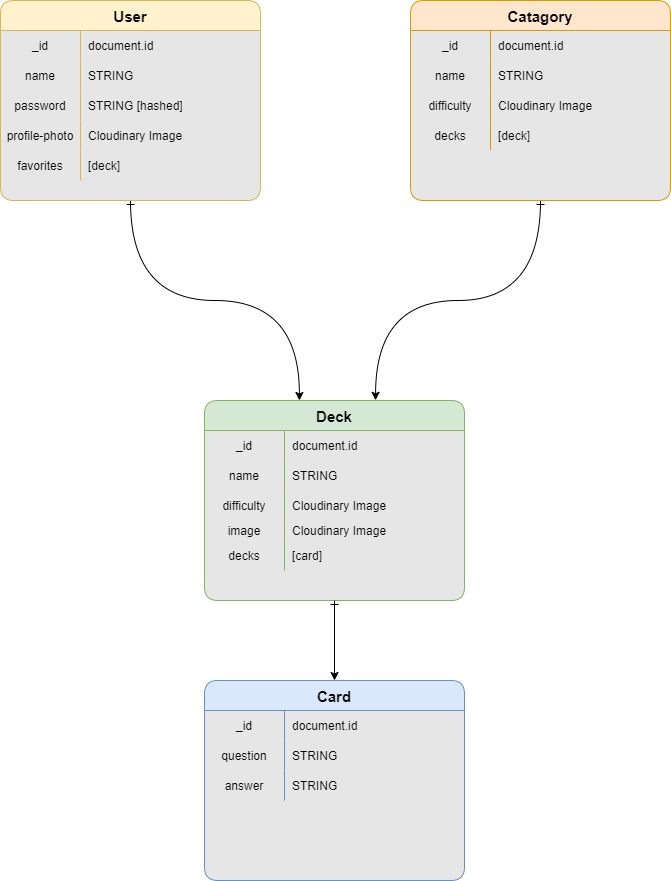
Before: DevelUp-ERD.drawio.png, a diagram exported from draw.io (br1anlee/Develup-client). Source tidied: cells renumbered, new cells last; positions are measured from the earlier drawing's top-left corner, leaving out a move shared by most shapes.
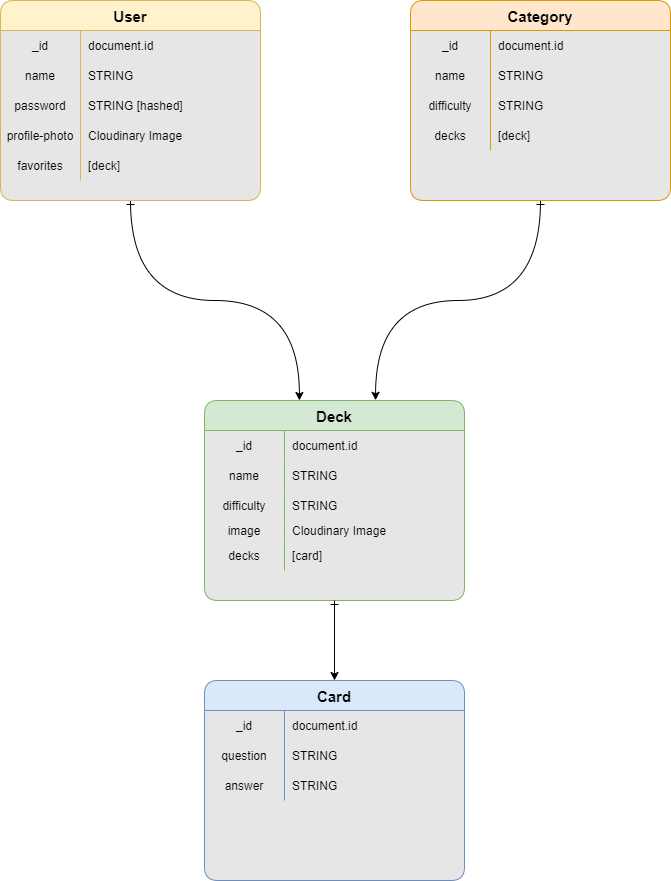
The same diagram one commit later.

What changed in the source:
```diff
@@ -50,7 +50,7 @@
     <mxCell id="17" value="[deck]" style="shape=partialRectangle;fillColor=none;top=0;left=0;bottom=0;right=0;align=left;spacingLeft=6;overflow=hidden;fontFamily=Helvetica;" parent="15" vertex="1">
       <mxGeometry x="80" width="180" height="30" as="geometry" />
     </mxCell>
-    <mxCell id="18" value="Catagory" style="shape=table;startSize=30;rowLines=0;fontStyle=1;align=center;rounded=1;fillColor=#ffe6cc;strokeColor=#d79b00;swimlaneFillColor=#E6E6E6;fontSize=15;fontFamily=Helvetica;" parent="1" vertex="1">
+    <mxCell id="18" value="Category" style="shape=table;startSize=30;rowLines=0;fontStyle=1;align=center;rounded=1;fillColor=#ffe6cc;strokeColor=#d79b00;swimlaneFillColor=#E6E6E6;fontSize=15;fontFamily=Helvetica;" parent="1" vertex="1">
       <mxGeometry x="410" width="260" height="200" as="geometry" />
     </mxCell>
     <mxCell id="19" style="shape=tableRow;horizontal=0;startSize=0;swimlaneHead=0;swimlaneBody=0;fillColor=none;top=0;left=0;right=0;bottom=0;rounded=1;fontFamily=Helvetica;" parent="18" vertex="1">
@@ -77,7 +77,7 @@
     <mxCell id="26" value="difficulty" style="shape=partialRectangle;fillColor=none;top=0;left=0;bottom=0;right=0;overflow=hidden;rounded=1;fontFamily=Helvetica;" parent="25" vertex="1">
       <mxGeometry width="80" height="30" as="geometry" />
     </mxCell>
-    <mxCell id="27" value="Cloudinary Image" style="shape=partialRectangle;fillColor=none;top=0;left=0;bottom=0;right=0;align=left;spacingLeft=6;overflow=hidden;rounded=1;fontFamily=Helvetica;" parent="25" vertex="1">
+    <mxCell id="27" value="STRING" style="shape=partialRectangle;fillColor=none;top=0;left=0;bottom=0;right=0;align=left;spacingLeft=6;overflow=hidden;rounded=1;fontFamily=Helvetica;" parent="25" vertex="1">
       <mxGeometry x="80" width="180" height="30" as="geometry" />
     </mxCell>
     <mxCell id="28" style="shape=tableRow;horizontal=0;startSize=0;swimlaneHead=0;swimlaneBody=0;fillColor=none;top=0;left=0;right=0;bottom=0;rounded=1;fontFamily=Helvetica;" parent="18" vertex="1">
@@ -146,7 +146,7 @@
     <mxCell id="49" value="difficulty" style="shape=partialRectangle;fillColor=none;top=0;left=0;bottom=0;right=0;overflow=hidden;rounded=1;fontFamily=Helvetica;" parent="48" vertex="1">
       <mxGeometry width="80" height="30" as="geometry" />
     </mxCell>
-    <mxCell id="50" value="Cloudinary Image" style="shape=partialRectangle;fillColor=none;top=0;left=0;bottom=0;right=0;align=left;spacingLeft=6;overflow=hidden;rounded=1;fontFamily=Helvetica;" parent="48" vertex="1">
+    <mxCell id="50" value="STRING" style="shape=partialRectangle;fillColor=none;top=0;left=0;bottom=0;right=0;align=left;spacingLeft=6;overflow=hidden;rounded=1;fontFamily=Helvetica;" parent="48" vertex="1">
       <mxGeometry x="80" width="180" height="30" as="geometry" />
     </mxCell>
     <mxCell id="51" style="shape=tableRow;horizontal=0;startSize=0;swimlaneHead=0;swimlaneBody=0;fillColor=none;top=0;left=0;right=0;bottom=0;rounded=1;fontFamily=Helvetica;" parent="41" vertex="1">
```
